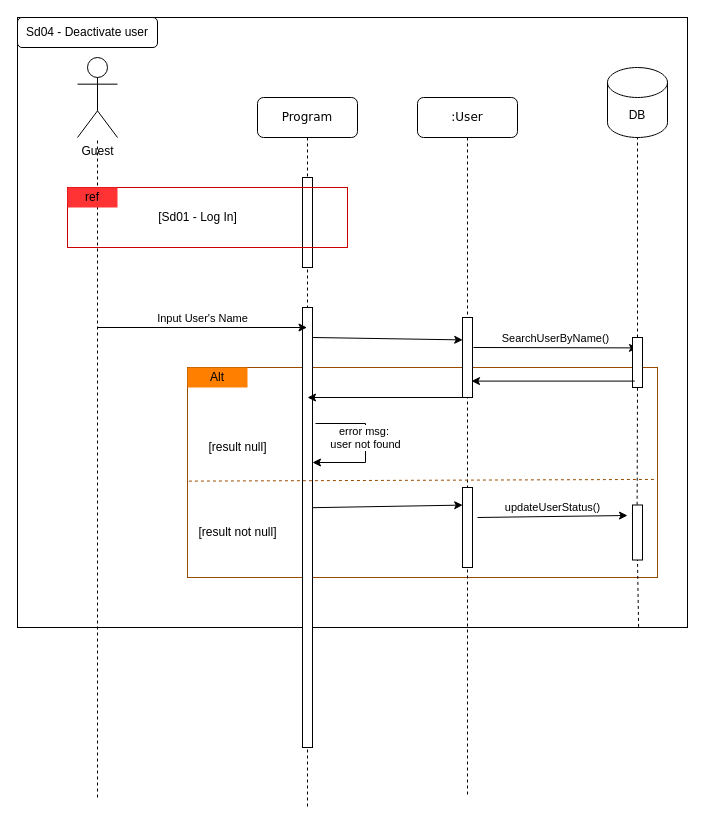
This is page "Deactivate User" (4 of 7) of Diagrams/SequenceDiagram.drawio from starven333/ShopProject, a draw.io file, before an edit. Source tidied: cells renumbered, new cells numbered last; positions are measured from the earlier drawing's top-left corner, leaving out a move shared by most shapes. Both pictures are drawn from the tidied source at 100%, with x=0, y=0 at pixel (17, 17).
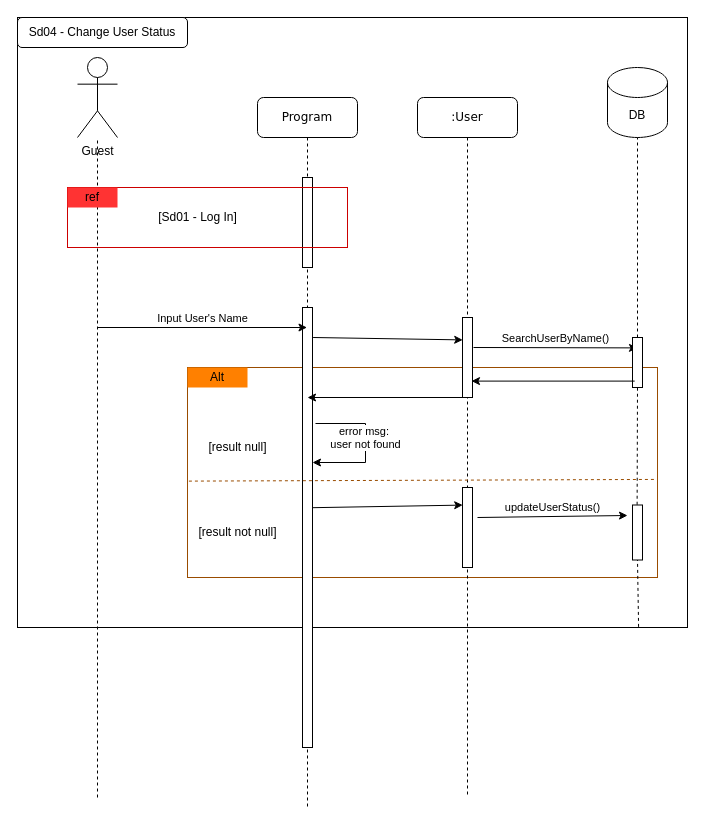
After the change.

The edit, as a diff of the source:
```diff
@@
-    <mxCell id="15" value="Sd04 - Deactivate user" style="rounded=1;whiteSpace=wrap;html=1;" parent="1" vertex="1">
-      <mxGeometry width="140" height="30" as="geometry" />
+    <mxCell id="15" value="Sd04 - Change User Status" style="rounded=1;whiteSpace=wrap;html=1;" parent="1" vertex="1">
+      <mxGeometry width="170" height="30" as="geometry" />
     </mxCell>
```
